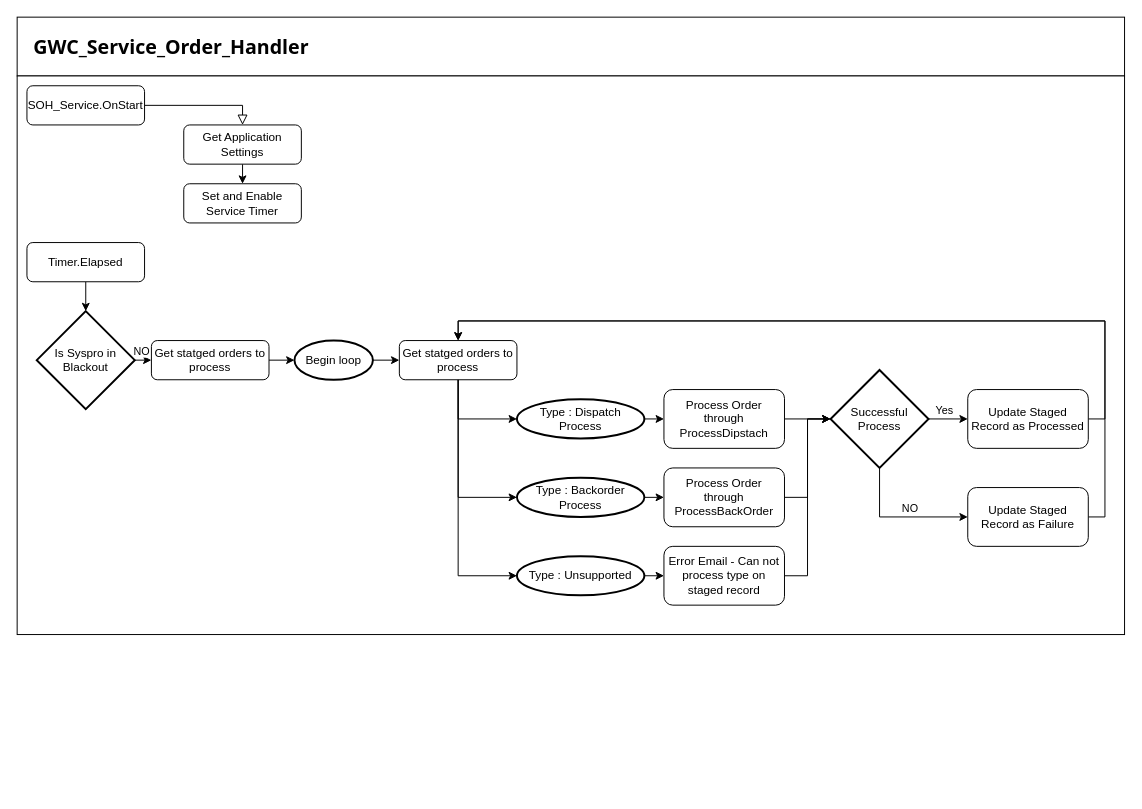
This is page "Main Service Routine" (2 of 4) of Tickets/Normal Tickets/Ticket 32322 - SCT PO Automation/NewVersionSOHservice.drawio from DevJustinP/WIP, a draw.io file, before an edit. Source tidied: cells renumbered, new cells numbered last; positions are measured from the earlier drawing's top-left corner, leaving out a move shared by most shapes. Both pictures are drawn from the tidied source at 98%, with x=0, y=0 at pixel (17, 17).
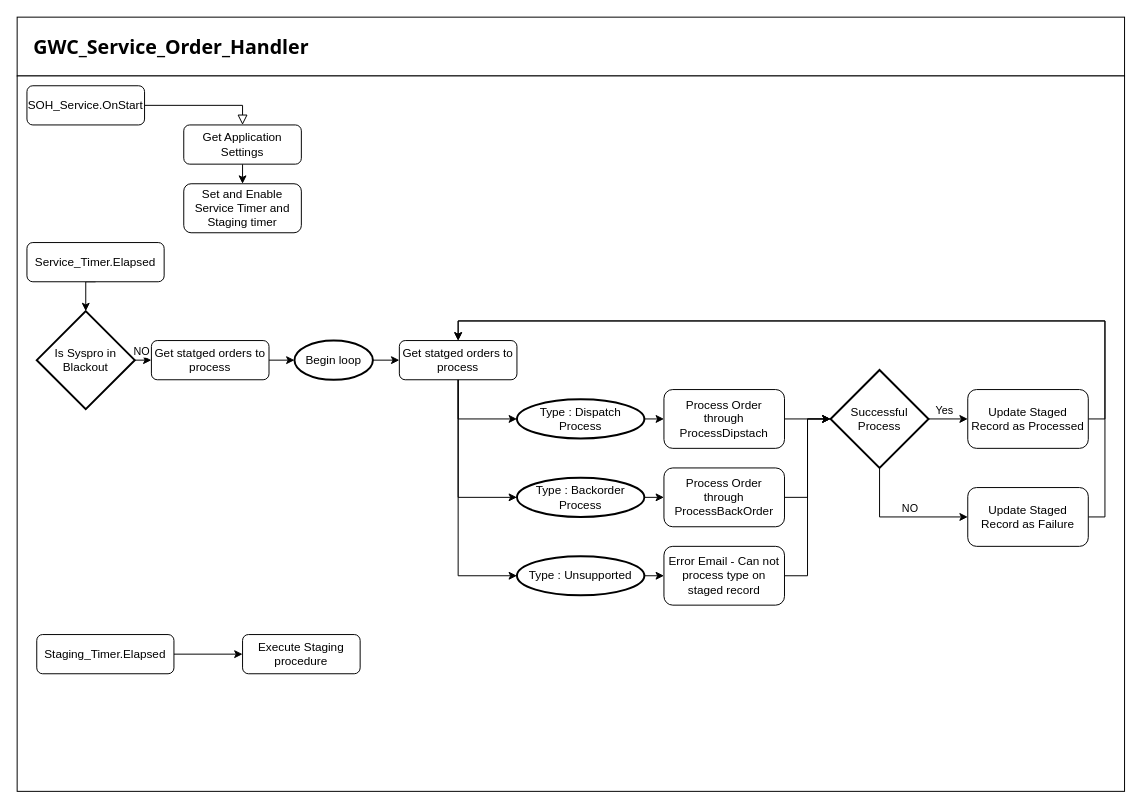
Above is the later version.

What changed in the source:
```diff
@@
     <mxCell id="3" style="rounded=0;whiteSpace=wrap;html=1;fontFamily=Tahoma;fontSize=20;" parent="1" vertex="1">
-      <mxGeometry y="60" width="1130" height="570" as="geometry" />
+      <mxGeometry y="60" width="1130" height="730" as="geometry" />
     </mxCell>
@@
-    <mxCell id="8" value="Set and Enable Service Timer" style="rounded=1;whiteSpace=wrap;html=1;fontSize=12;glass=0;strokeWidth=1;shadow=0;" parent="1" vertex="1">
-      <mxGeometry x="170" y="170" width="120" height="40" as="geometry" />
+    <mxCell id="8" value="Set and Enable Service Timer and Staging timer" style="rounded=1;whiteSpace=wrap;html=1;fontSize=12;glass=0;strokeWidth=1;shadow=0;" parent="1" vertex="1">
+      <mxGeometry x="170" y="170" width="120" height="50" as="geometry" />
     </mxCell>
@@
-    <mxCell id="10" value="Timer.Elapsed" style="rounded=1;whiteSpace=wrap;html=1;fontSize=12;glass=0;strokeWidth=1;shadow=0;" parent="1" vertex="1">
-      <mxGeometry x="10" y="230" width="120" height="40" as="geometry" />
+    <mxCell id="10" value="Service_Timer.Elapsed" style="rounded=1;whiteSpace=wrap;html=1;fontSize=12;glass=0;strokeWidth=1;shadow=0;" parent="1" vertex="1">
+      <mxGeometry x="10" y="230" width="140" height="40" as="geometry" />
     </mxCell>
@@
+    <mxCell id="44" style="edgeStyle=orthogonalEdgeStyle;rounded=0;jettySize=auto;html=1;entryX=0;entryY=0.5;entryDx=0;entryDy=0;" parent="1" edge="1" source="45" target="46">
+      <mxGeometry relative="1" as="geometry" />
+    </mxCell>
+    <mxCell id="45" value="Staging_Timer.Elapsed" style="rounded=1;whiteSpace=wrap;html=1;fontSize=12;glass=0;strokeWidth=1;shadow=0;" parent="1" vertex="1">
+      <mxGeometry x="20" y="630" width="140" height="40" as="geometry" />
+    </mxCell>
+    <mxCell id="46" value="Execute Staging procedure" style="rounded=1;whiteSpace=wrap;html=1;fontSize=12;glass=0;strokeWidth=1;shadow=0;" parent="1" vertex="1">
+      <mxGeometry x="230" y="630" width="120" height="40" as="geometry" />
+    </mxCell>
```
